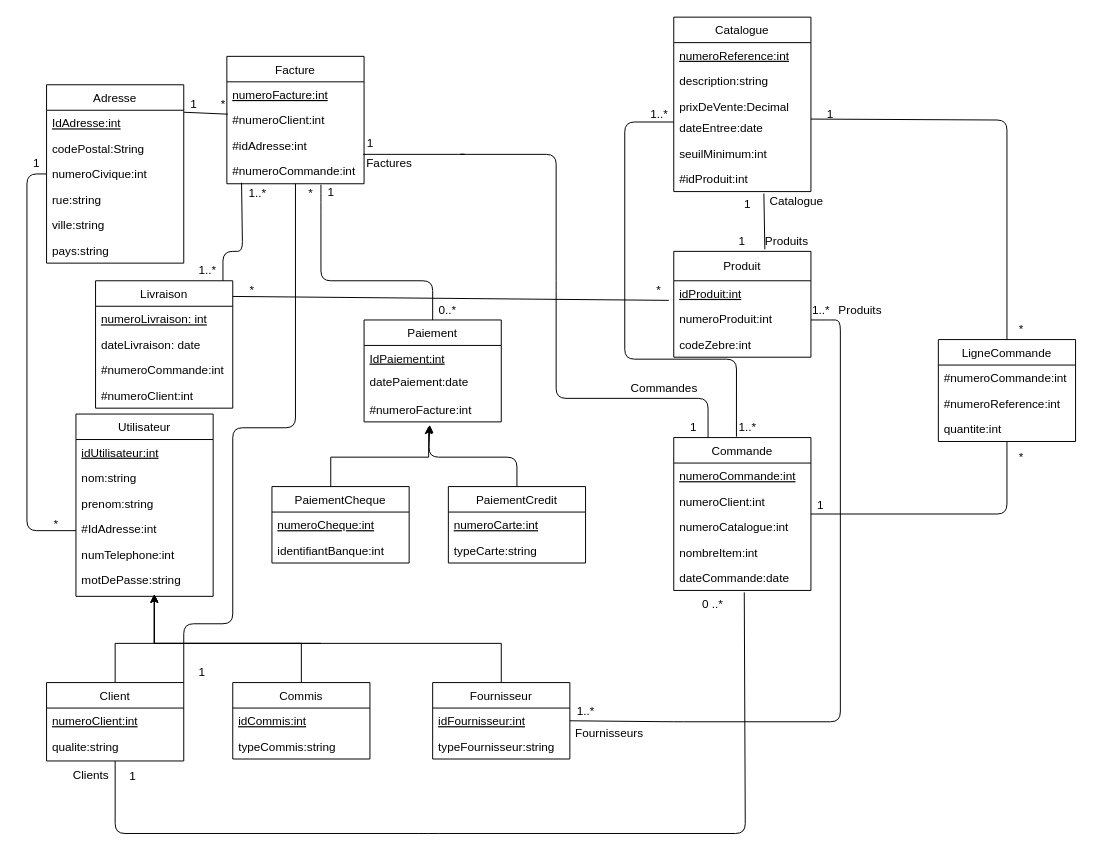
Before: Untitled Diagram.drawio in anaisyaici/tpINF3080, a draw.io diagram. Source tidied: cells renumbered, new cells numbered last; positions are measured from the earlier drawing's top-left corner, leaving out a move shared by most shapes. Both pictures are drawn from the tidied source at 98%, with x=0, y=0 at pixel (17, 17).
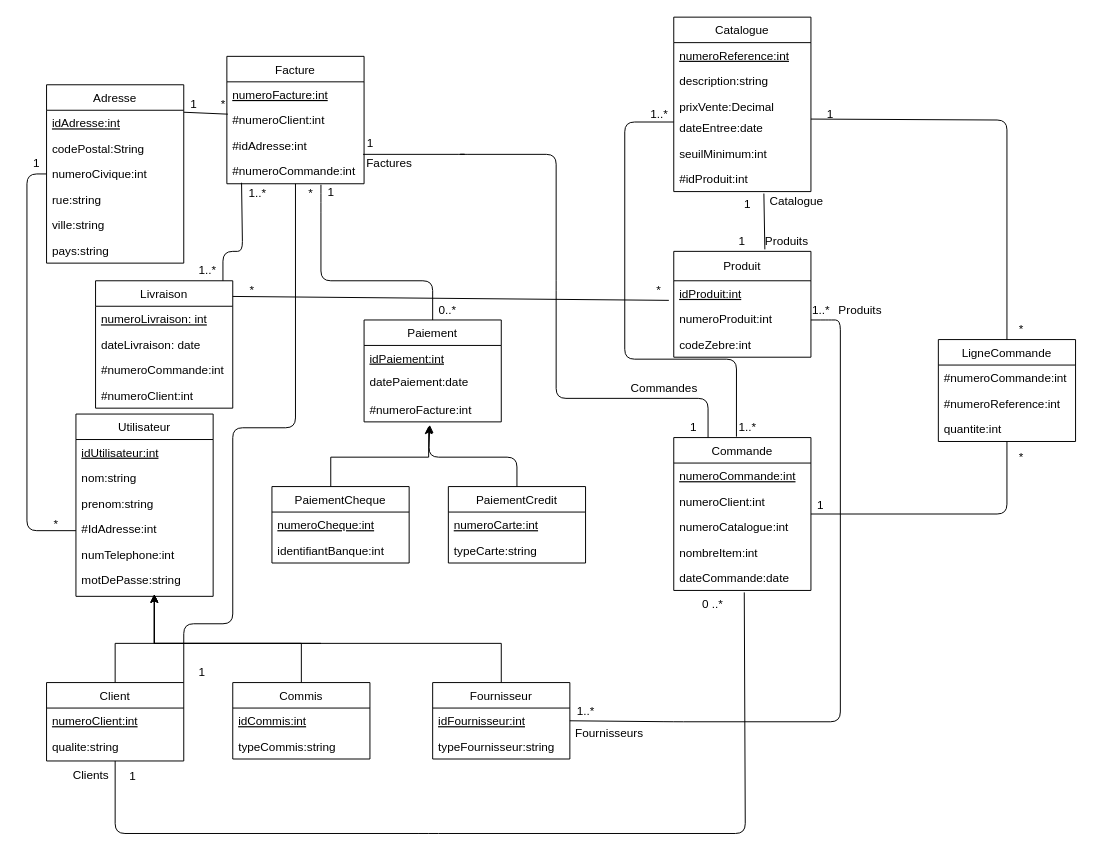
The same diagram, later.

Unchanged cells that the change refers to:
```xml
<mxCell id="14" value="Paiement" style="swimlane;fontStyle=0;horizontal=1;startSize=26;fillColor=none;" parent="1" vertex="1">
  <mxGeometry x="354" y="309" width="140" height="104" as="geometry" />
</mxCell>
<mxCell id="41" value="Catalogue" style="swimlane;fontStyle=0;horizontal=1;startSize=26;fillColor=none;" parent="1" vertex="1">
  <mxGeometry x="670" width="140" height="178" as="geometry" />
</mxCell>
<mxCell id="66" value="Adresse" style="swimlane;fontStyle=0;horizontal=1;startSize=26;fillColor=none;" parent="1" vertex="1">
  <mxGeometry x="30" y="69" width="140" height="182" as="geometry" />
</mxCell>
```

Diff of the diagram source:
```diff
@@
-    <mxCell id="15" value="IdPaiement:int" style="text;strokeColor=none;fillColor=none;align=left;verticalAlign=top;spacingLeft=4;spacingRight=4;overflow=hidden;fontStyle=4;" parent="14" vertex="1">
+    <mxCell id="15" value="idPaiement:int" style="text;strokeColor=none;fillColor=none;align=left;verticalAlign=top;spacingLeft=4;spacingRight=4;overflow=hidden;fontStyle=4;" parent="14" vertex="1">
       <mxGeometry y="26" width="140" height="24" as="geometry" />
     </mxCell>
@@
-    <mxCell id="44" value="prixDeVente:Decimal" style="text;strokeColor=none;fillColor=none;align=left;verticalAlign=top;spacingLeft=4;spacingRight=4;overflow=hidden;" parent="41" vertex="1">
+    <mxCell id="44" value="prixVente:Decimal" style="text;strokeColor=none;fillColor=none;align=left;verticalAlign=top;spacingLeft=4;spacingRight=4;overflow=hidden;" parent="41" vertex="1">
       <mxGeometry y="78" width="140" height="22" as="geometry" />
     </mxCell>
@@
-    <mxCell id="67" value="IdAdresse:int" style="text;strokeColor=none;fillColor=none;align=left;verticalAlign=top;spacingLeft=4;spacingRight=4;overflow=hidden;fontStyle=4;" parent="66" vertex="1">
+    <mxCell id="67" value="idAdresse:int" style="text;strokeColor=none;fillColor=none;align=left;verticalAlign=top;spacingLeft=4;spacingRight=4;overflow=hidden;fontStyle=4;" parent="66" vertex="1">
       <mxGeometry y="26" width="140" height="26" as="geometry" />
     </mxCell>
```
